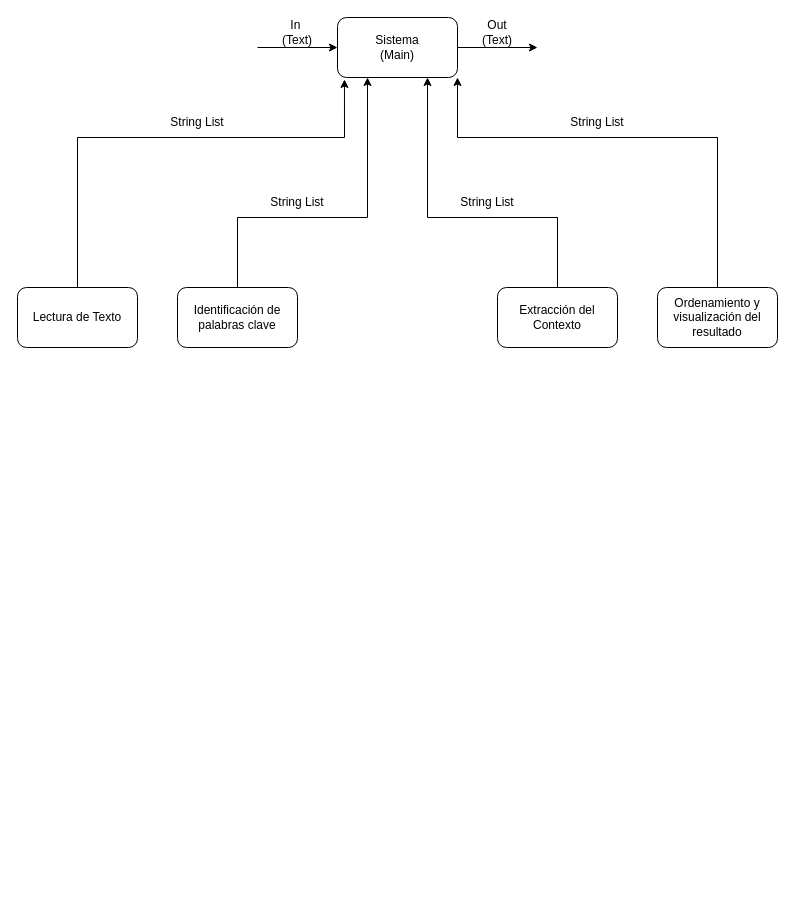
Earlier version of the draw.io diagram Diagramas/Implicit Invocation.drawio (Oscarfdo/Proyectos-Conjuntos). Source tidied: cells renumbered, new cells numbered last; positions are measured from the earlier drawing's top-left corner, leaving out a move shared by most shapes. Both pictures are drawn from the tidied source at 100%, with x=0, y=0 at pixel (17, 17).
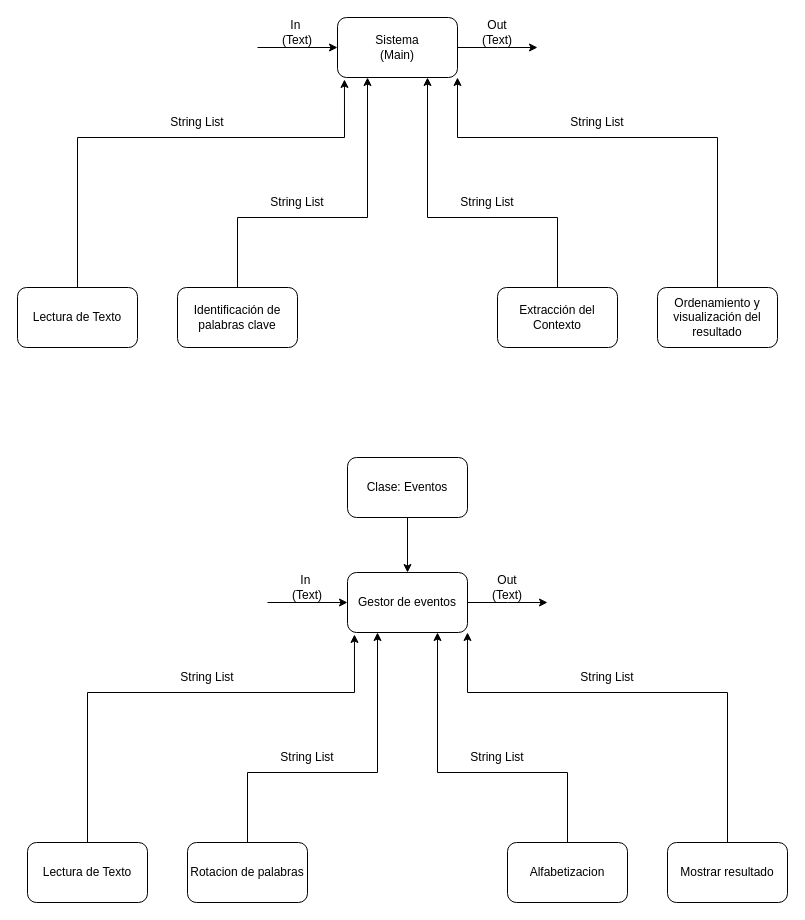
The same diagram, later.

What changed in the source:
```diff
@@
+    <mxCell id="19" style="edgeStyle=orthogonalEdgeStyle;rounded=0;jettySize=auto;html=1;entryX=0.058;entryY=1.033;entryDx=0;entryDy=0;entryPerimeter=0;exitX=0.5;exitY=0;exitDx=0;exitDy=0;" parent="1" edge="1" source="20" target="33">
+      <mxGeometry relative="1" as="geometry">
+        <Array as="points">
+          <mxPoint x="70" y="675" />
+          <mxPoint x="337" y="675" />
+        </Array>
+      </mxGeometry>
+    </mxCell>
+    <mxCell id="20" value="Lectura de Texto" style="rounded=1;whiteSpace=wrap;html=1;" parent="1" vertex="1">
+      <mxGeometry x="10" y="825" width="120" height="60" as="geometry" />
+    </mxCell>
+    <mxCell id="21" style="edgeStyle=orthogonalEdgeStyle;rounded=0;jettySize=auto;html=1;exitX=0.5;exitY=0;exitDx=0;exitDy=0;entryX=0.25;entryY=1;entryDx=0;entryDy=0;" parent="1" edge="1" source="22" target="33">
+      <mxGeometry relative="1" as="geometry">
+        <Array as="points">
+          <mxPoint x="230" y="755" />
+          <mxPoint x="360" y="755" />
+        </Array>
+      </mxGeometry>
+    </mxCell>
+    <mxCell id="22" value="Rotacion de palabras" style="rounded=1;whiteSpace=wrap;html=1;" parent="1" vertex="1">
+      <mxGeometry x="170" y="825" width="120" height="60" as="geometry" />
+    </mxCell>
+    <mxCell id="23" style="edgeStyle=orthogonalEdgeStyle;rounded=0;jettySize=auto;html=1;exitX=0.5;exitY=0;exitDx=0;exitDy=0;entryX=0.75;entryY=1;entryDx=0;entryDy=0;" parent="1" edge="1" source="24" target="33">
+      <mxGeometry relative="1" as="geometry">
+        <Array as="points">
+          <mxPoint x="550" y="755" />
+          <mxPoint x="420" y="755" />
+        </Array>
+      </mxGeometry>
+    </mxCell>
+    <mxCell id="24" value="Alfabetizacion" style="rounded=1;whiteSpace=wrap;html=1;" parent="1" vertex="1">
+      <mxGeometry x="490" y="825" width="120" height="60" as="geometry" />
+    </mxCell>
+    <mxCell id="25" style="edgeStyle=orthogonalEdgeStyle;rounded=0;jettySize=auto;html=1;exitX=0.5;exitY=0;exitDx=0;exitDy=0;entryX=1;entryY=1;entryDx=0;entryDy=0;" parent="1" edge="1" source="26" target="33">
+      <mxGeometry relative="1" as="geometry">
+        <Array as="points">
+          <mxPoint x="710" y="675" />
+          <mxPoint x="450" y="675" />
+        </Array>
+      </mxGeometry>
+    </mxCell>
+    <mxCell id="26" value="Mostrar resultado" style="rounded=1;whiteSpace=wrap;html=1;" parent="1" vertex="1">
+      <mxGeometry x="650" y="825" width="120" height="60" as="geometry" />
+    </mxCell>
+    <mxCell id="27" style="endArrow=classic;html=1;rounded=0;entryX=0;entryY=0.5;entryDx=0;entryDy=0;" parent="1" edge="1" target="33">
+      <mxGeometry relative="1" as="geometry">
+        <mxPoint x="250" y="585" as="sourcePoint" />
+      </mxGeometry>
+    </mxCell>
+    <mxCell id="28" value="In&amp;nbsp;&lt;div&gt;(Text)&lt;/div&gt;" style="text;html=1;align=center;verticalAlign=middle;whiteSpace=wrap;rounded=0;" parent="1" vertex="1">
+      <mxGeometry x="260" y="555" width="60" height="30" as="geometry" />
+    </mxCell>
+    <mxCell id="29" value="String List" style="text;html=1;align=center;verticalAlign=middle;whiteSpace=wrap;rounded=0;" parent="1" vertex="1">
+      <mxGeometry x="160" y="645" width="60" height="30" as="geometry" />
+    </mxCell>
+    <mxCell id="30" value="String List" style="text;html=1;align=center;verticalAlign=middle;whiteSpace=wrap;rounded=0;" parent="1" vertex="1">
+      <mxGeometry x="450" y="725" width="60" height="30" as="geometry" />
+    </mxCell>
+    <mxCell id="31" value="Out&lt;div&gt;(Text)&lt;/div&gt;" style="text;html=1;align=center;verticalAlign=middle;whiteSpace=wrap;rounded=0;" parent="1" vertex="1">
+      <mxGeometry x="460" y="555" width="60" height="30" as="geometry" />
+    </mxCell>
+    <mxCell id="32" style="edgeStyle=orthogonalEdgeStyle;rounded=0;jettySize=auto;html=1;exitX=1;exitY=0.5;exitDx=0;exitDy=0;" parent="1" edge="1" source="33">
+      <mxGeometry relative="1" as="geometry">
+        <mxPoint x="530" y="585" as="targetPoint" />
+      </mxGeometry>
+    </mxCell>
+    <mxCell id="33" value="Gestor de eventos" style="rounded=1;whiteSpace=wrap;html=1;" parent="1" vertex="1">
+      <mxGeometry x="330" y="555" width="120" height="60" as="geometry" />
+    </mxCell>
+    <mxCell id="34" value="String List" style="text;html=1;align=center;verticalAlign=middle;whiteSpace=wrap;rounded=0;" parent="1" vertex="1">
+      <mxGeometry x="260" y="725" width="60" height="30" as="geometry" />
+    </mxCell>
+    <mxCell id="35" value="String List" style="text;html=1;align=center;verticalAlign=middle;whiteSpace=wrap;rounded=0;" parent="1" vertex="1">
+      <mxGeometry x="560" y="645" width="60" height="30" as="geometry" />
+    </mxCell>
+    <mxCell id="36" style="edgeStyle=none;html=1;" parent="1" edge="1" source="37" target="33">
+      <mxGeometry relative="1" as="geometry" />
+    </mxCell>
+    <mxCell id="37" value="Clase: Eventos" style="rounded=1;whiteSpace=wrap;html=1;" parent="1" vertex="1">
+      <mxGeometry x="330" y="440" width="120" height="60" as="geometry" />
+    </mxCell>
```
